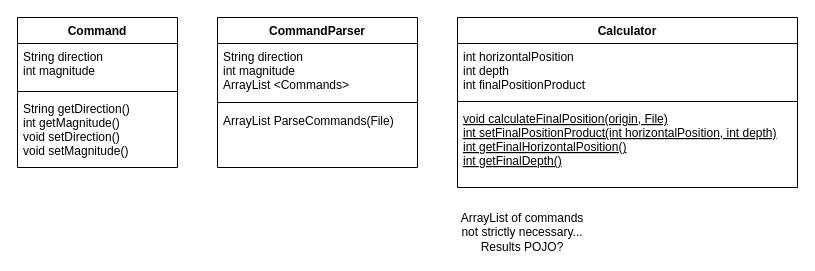
This is Docs/SubmarineKataDesign.drawio from cdbradshaw/SubmarineKata, a draw.io file, before an edit. Source tidied: cells renumbered, new cells numbered last; positions are measured from the earlier drawing's top-left corner, leaving out a move shared by most shapes. Both pictures are drawn from the tidied source at 100%, with x=0, y=0 at pixel (17, 17).
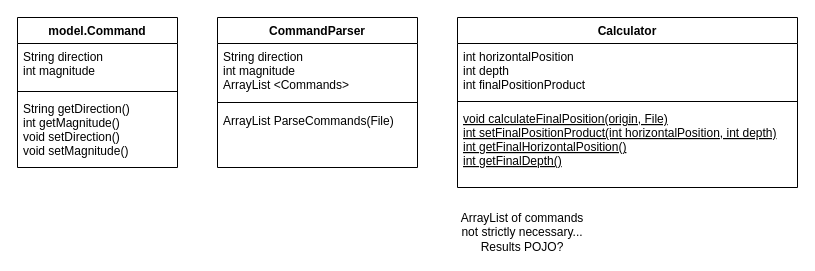
After the change.

Change to the diagram source:
```diff
@@
 <mxGraphModel>
   <root>
     <mxCell id="0" />
     <mxCell id="1" parent="0" />
     <mxCell id="2" value="CommandParser" style="swimlane;fontStyle=1;align=center;verticalAlign=top;horizontal=1;startSize=26;rounded=0;shadow=0;strokeWidth=1;" parent="1" vertex="1">
       <mxGeometry x="200" width="200" height="150" as="geometry" />
     </mxCell>
     <mxCell id="3" value="String direction&#10;int magnitude&#10;ArrayList &lt;Commands&gt;" style="text;align=left;verticalAlign=top;spacingLeft=4;spacingRight=4;overflow=hidden;" parent="2" vertex="1">
       <mxGeometry y="26" width="200" height="54" as="geometry" />
     </mxCell>
     <mxCell id="4" style="line;html=1;strokeWidth=1;align=left;verticalAlign=middle;spacingTop=-1;spacingLeft=3;spacingRight=3;labelPosition=right;" parent="2" vertex="1">
       <mxGeometry y="80" width="200" height="10" as="geometry" />
     </mxCell>
     <mxCell id="5" value="ArrayList ParseCommands(File)" style="text;align=left;verticalAlign=top;spacingLeft=4;spacingRight=4;overflow=hidden;" parent="2" vertex="1">
       <mxGeometry y="90" width="200" height="32" as="geometry" />
     </mxCell>
     <mxCell id="6" value="Calculator" style="swimlane;fontStyle=1;align=center;verticalAlign=top;horizontal=1;startSize=26;rounded=0;shadow=0;strokeWidth=1;" parent="1" vertex="1">
       <mxGeometry x="440" width="340" height="170" as="geometry" />
     </mxCell>
     <mxCell id="7" value="int horizontalPosition&#10;int depth&#10;int finalPositionProduct&#10;" style="text;align=left;verticalAlign=top;spacingLeft=4;spacingRight=4;overflow=hidden;" parent="6" vertex="1">
       <mxGeometry y="26" width="340" height="54" as="geometry" />
     </mxCell>
     <mxCell id="8" style="line;html=1;strokeWidth=1;align=left;verticalAlign=middle;spacingTop=-1;spacingLeft=3;spacingRight=3;labelPosition=right;" parent="6" vertex="1">
       <mxGeometry y="80" width="340" height="8" as="geometry" />
     </mxCell>
     <mxCell id="9" value="void calculateFinalPosition(origin, File)&#10;int setFinalPositionProduct(int horizontalPosition, int depth)&#10;int getFinalHorizontalPosition()&#10;int getFinalDepth()" style="text;align=left;verticalAlign=top;spacingLeft=4;spacingRight=4;overflow=hidden;fontStyle=4;" parent="6" vertex="1">
       <mxGeometry y="88" width="340" height="82" as="geometry" />
     </mxCell>
-    <mxCell id="10" value="Command" style="swimlane;fontStyle=1;align=center;verticalAlign=top;horizontal=1;startSize=26;rounded=0;shadow=0;strokeWidth=1;" parent="1" vertex="1">
+    <mxCell id="10" value="model.Command" style="swimlane;fontStyle=1;align=center;verticalAlign=top;horizontal=1;startSize=26;rounded=0;shadow=0;strokeWidth=1;" parent="1" vertex="1">
       <mxGeometry width="160" height="150" as="geometry" />
     </mxCell>
     <mxCell id="11" value="String direction&#10;int magnitude" style="text;align=left;verticalAlign=top;spacingLeft=4;spacingRight=4;overflow=hidden;" parent="10" vertex="1">
       <mxGeometry y="26" width="160" height="44" as="geometry" />
     </mxCell>
     <mxCell id="12" style="line;html=1;strokeWidth=1;align=left;verticalAlign=middle;spacingTop=-1;spacingLeft=3;spacingRight=3;labelPosition=right;" parent="10" vertex="1">
       <mxGeometry y="70" width="160" height="8" as="geometry" />
     </mxCell>
     <mxCell id="13" value="String getDirection()&#10;int getMagnitude()&#10;void setDirection()&#10;void setMagnitude()" style="text;align=left;verticalAlign=top;spacingLeft=4;spacingRight=4;overflow=hidden;" parent="10" vertex="1">
       <mxGeometry y="78" width="160" height="72" as="geometry" />
     </mxCell>
     <mxCell id="14" value="&lt;div&gt;ArrayList of commands not strictly necessary...&lt;/div&gt;Results POJO?" style="text;html=1;align=center;verticalAlign=middle;whiteSpace=wrap;rounded=0;" parent="1" vertex="1">
       <mxGeometry x="440" y="200" width="130" height="30" as="geometry" />
     </mxCell>
   </root>
 </mxGraphModel>
```
